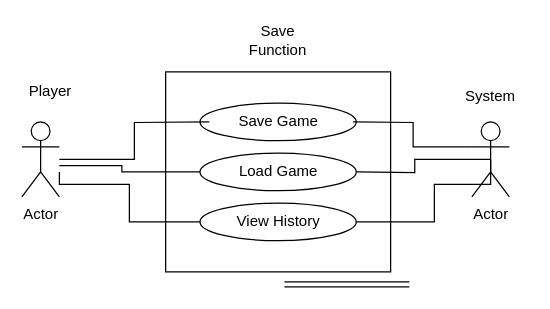
Before: Untitled Diagram.drawio in neptunehues/CIS350-HW2-Mantke, a draw.io diagram. Source tidied: cells renumbered, new cells numbered last; positions are measured from the earlier drawing's top-left corner, leaving out a move shared by most shapes. Both pictures are drawn from the tidied source at 125%, with x=0, y=0 at pixel (21, 21).
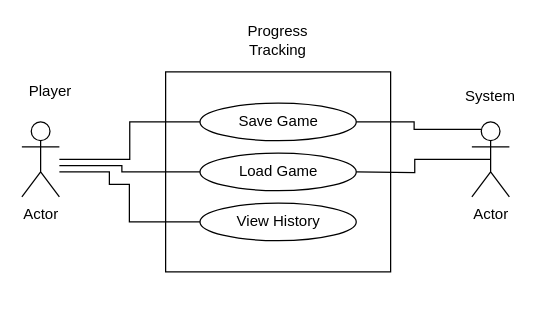
The same diagram, later.

Commit message:
Completed Progress Tracking Diagram

The change refers to these unchanged cells:
```xml
<mxCell id="3" value="Actor" style="shape=umlActor;verticalLabelPosition=bottom;verticalAlign=top;html=1;outlineConnect=0;" parent="1" vertex="1">
  <mxGeometry y="80" width="30" height="60" as="geometry" />
</mxCell>
<mxCell id="5" value="Actor" style="shape=umlActor;verticalLabelPosition=bottom;verticalAlign=top;html=1;outlineConnect=0;" parent="1" vertex="1">
  <mxGeometry x="360" y="80" width="30" height="60" as="geometry" />
</mxCell>
<mxCell id="8" value="Save Game" style="ellipse;whiteSpace=wrap;html=1;" parent="1" vertex="1">
  <mxGeometry x="142.5" y="65" width="125" height="30" as="geometry" />
</mxCell>
<mxCell id="9" value="View History" style="ellipse;whiteSpace=wrap;html=1;" parent="1" vertex="1">
  <mxGeometry x="142.5" y="145" width="125" height="30" as="geometry" />
</mxCell>
```

The edit, as a diff of the source:
```diff
@@
-    <mxCell id="4" value="Save Function" style="text;html=1;strokeColor=none;fillColor=none;align=center;verticalAlign=middle;whiteSpace=wrap;rounded=0;" parent="1" vertex="1">
+    <mxCell id="4" value="Progress Tracking" style="text;html=1;strokeColor=none;fillColor=none;align=center;verticalAlign=middle;whiteSpace=wrap;rounded=0;" parent="1" vertex="1">
       <mxGeometry x="175" width="60" height="30" as="geometry" />
     </mxCell>
@@
-    <mxCell id="11" style="endArrow=none;html=1;rounded=0;edgeStyle=orthogonalEdgeStyle;" parent="1" edge="1" source="3">
-      <mxGeometry relative="1" as="geometry">
-        <mxPoint x="150" y="80" as="targetPoint" />
-      </mxGeometry>
+    <mxCell id="11" style="endArrow=none;html=1;rounded=0;edgeStyle=orthogonalEdgeStyle;" parent="1" edge="1" source="3" target="8">
+      <mxGeometry relative="1" as="geometry" />
     </mxCell>
@@
-    <mxCell id="13" style="shape=link;html=1;rounded=0;edgeStyle=orthogonalEdgeStyle;" parent="1" edge="1">
-      <mxGeometry relative="1" as="geometry">
-        <mxPoint x="210" y="210" as="sourcePoint" />
-        <mxPoint x="310" y="210" as="targetPoint" />
-      </mxGeometry>
-    </mxCell>
     <mxCell id="14" style="endArrow=none;html=1;rounded=0;edgeStyle=orthogonalEdgeStyle;entryX=0;entryY=0.5;entryDx=0;entryDy=0;" parent="1" edge="1" target="9">
       <mxGeometry relative="1" as="geometry">
         <mxPoint x="30" y="120" as="sourcePoint" />
         <Array as="points">
-          <mxPoint x="30" y="130" />
+          <mxPoint x="70" y="120" />
+          <mxPoint x="70" y="130" />
           <mxPoint x="86" y="130" />
           <mxPoint x="86" y="160" />
         </Array>
       </mxGeometry>
     </mxCell>
-    <mxCell id="15" style="endArrow=none;html=1;rounded=0;edgeStyle=orthogonalEdgeStyle;entryX=0;entryY=0.3333333333333333;entryDx=0;entryDy=0;entryPerimeter=0;" parent="1" edge="1" target="5">
-      <mxGeometry relative="1" as="geometry">
-        <mxPoint x="265" y="80" as="sourcePoint" />
-      </mxGeometry>
+    <mxCell id="15" style="endArrow=none;html=1;rounded=0;edgeStyle=orthogonalEdgeStyle;entryX=0.25;entryY=0.1;entryDx=0;entryDy=0;entryPerimeter=0;exitX=1;exitY=0.5;exitDx=0;exitDy=0;" parent="1" edge="1" source="8" target="5">
+      <mxGeometry relative="1" as="geometry" />
     </mxCell>
@@
-    <mxCell id="17" style="endArrow=none;html=1;rounded=0;edgeStyle=orthogonalEdgeStyle;entryX=0.5;entryY=0.5;entryDx=0;entryDy=0;entryPerimeter=0;" parent="1" edge="1" target="5">
-      <mxGeometry relative="1" as="geometry">
-        <mxPoint x="267.5" y="160" as="sourcePoint" />
-        <Array as="points">
-          <mxPoint x="330" y="160" />
-          <mxPoint x="330" y="130" />
-          <mxPoint x="375" y="130" />
-        </Array>
-      </mxGeometry>
-    </mxCell>
```
